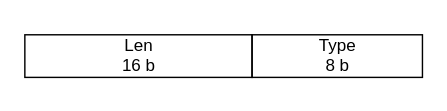
Above: pictures/header.drawio in SamoKopecky/diploma-thesis-latex (draw.io), before the change. Source tidied: cells renumbered, new cells numbered last; positions are measured from the earlier drawing's top-left corner, leaving out a move shared by most shapes. Both pictures are drawn from the tidied source at 142%, with x=0, y=0 at pixel (24, 24).
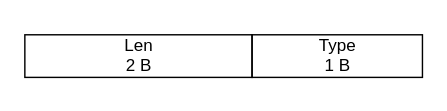
After the change.

Diff of the diagram source:
```diff
@@
 <mxGraphModel>
   <root>
     <mxCell id="0" />
     <mxCell id="1" parent="0" />
     <mxCell id="2" style="group;" parent="1" vertex="1">
       <mxGeometry width="160" height="44" as="geometry" />
     </mxCell>
     <mxCell id="3" style="rounded=0;whiteSpace=wrap;html=1;fillColor=none;" parent="2" vertex="1">
       <mxGeometry y="7" width="160" height="30" as="geometry" />
     </mxCell>
-    <mxCell id="4" value="16 b" style="text;html=1;align=center;verticalAlign=middle;strokeColor=none;fillColor=none;" parent="2" vertex="1">
-      <mxGeometry x="55" y="14" width="50" height="30" as="geometry" />
+    <mxCell id="4" value="2 B" style="text;html=1;align=center;verticalAlign=middle;strokeColor=none;fillColor=none;" parent="2" vertex="1">
+      <mxGeometry x="60" y="14" width="40" height="30" as="geometry" />
     </mxCell>
     <mxCell id="5" value="&lt;span style=&quot;&quot;&gt;Len&lt;br&gt;&lt;/span&gt;" style="text;html=1;align=center;verticalAlign=middle;strokeColor=none;fillColor=none;" parent="2" vertex="1">
       <mxGeometry x="60" width="40" height="30" as="geometry" />
     </mxCell>
     <mxCell id="6" style="rounded=0;whiteSpace=wrap;html=1;fillColor=none;" parent="1" vertex="1">
       <mxGeometry x="160" y="7" width="120" height="30" as="geometry" />
     </mxCell>
-    <mxCell id="7" value="8 b" style="text;html=1;align=center;verticalAlign=middle;strokeColor=none;fillColor=none;" parent="1" vertex="1">
+    <mxCell id="7" value="1 B" style="text;html=1;align=center;verticalAlign=middle;strokeColor=none;fillColor=none;" parent="1" vertex="1">
       <mxGeometry x="200" y="14" width="40" height="30" as="geometry" />
     </mxCell>
     <mxCell id="8" value="&lt;span style=&quot;&quot;&gt;Type&lt;br&gt;&lt;/span&gt;" style="text;html=1;align=center;verticalAlign=middle;strokeColor=none;fillColor=none;" parent="1" vertex="1">
       <mxGeometry x="195" width="50" height="30" as="geometry" />
     </mxCell>
   </root>
 </mxGraphModel>
```
